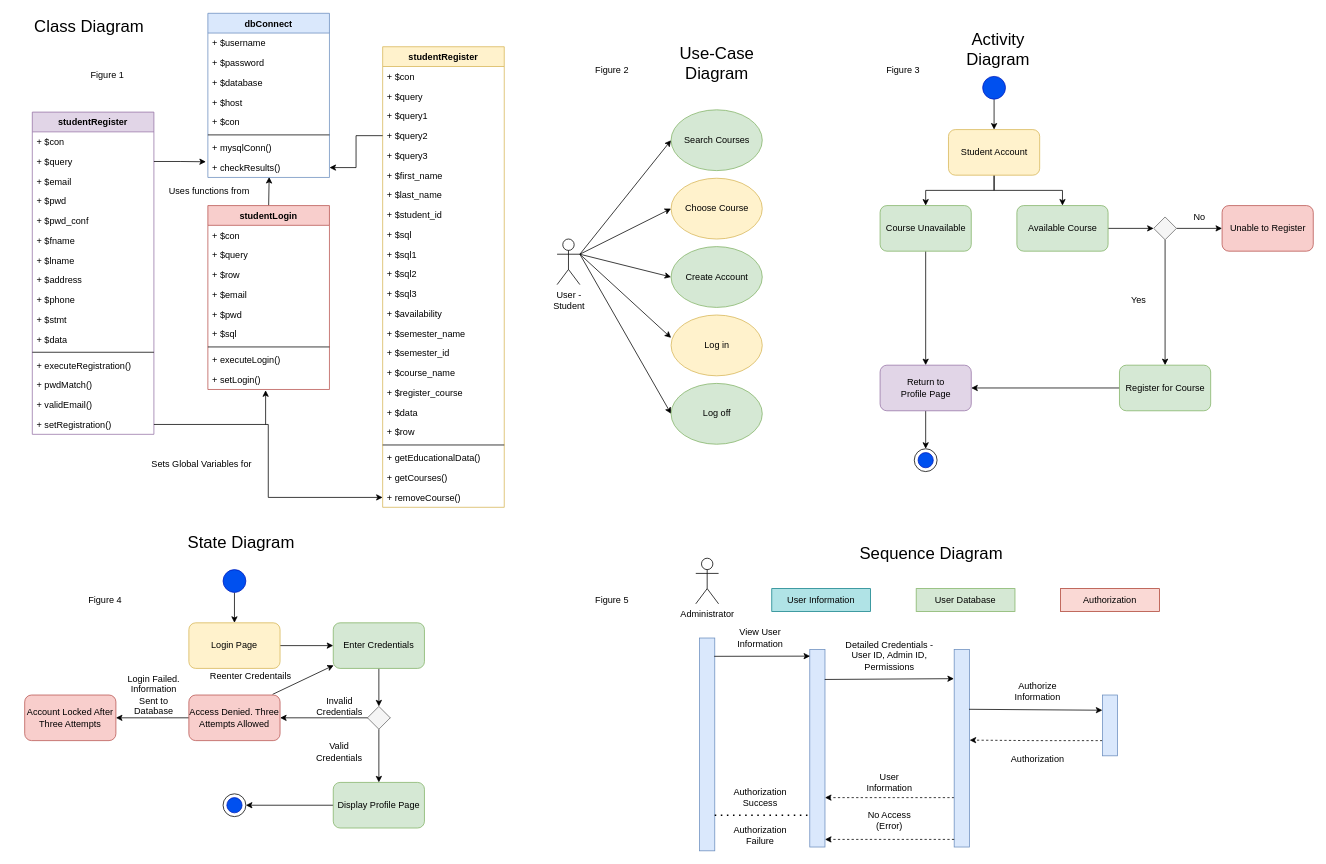
jaimusx/projects keeps this draw.io diagram as UAGC_Course_Work/CST499/Final/UML_Diagrams_Update_CST499.drawio. Above is the earlier version. Source tidied: cells renumbered, new cells numbered last; positions are measured from the earlier drawing's top-left corner, leaving out a move shared by most shapes. Both pictures are drawn from the tidied source at 76%, with x=0, y=0 at pixel (13, 13).
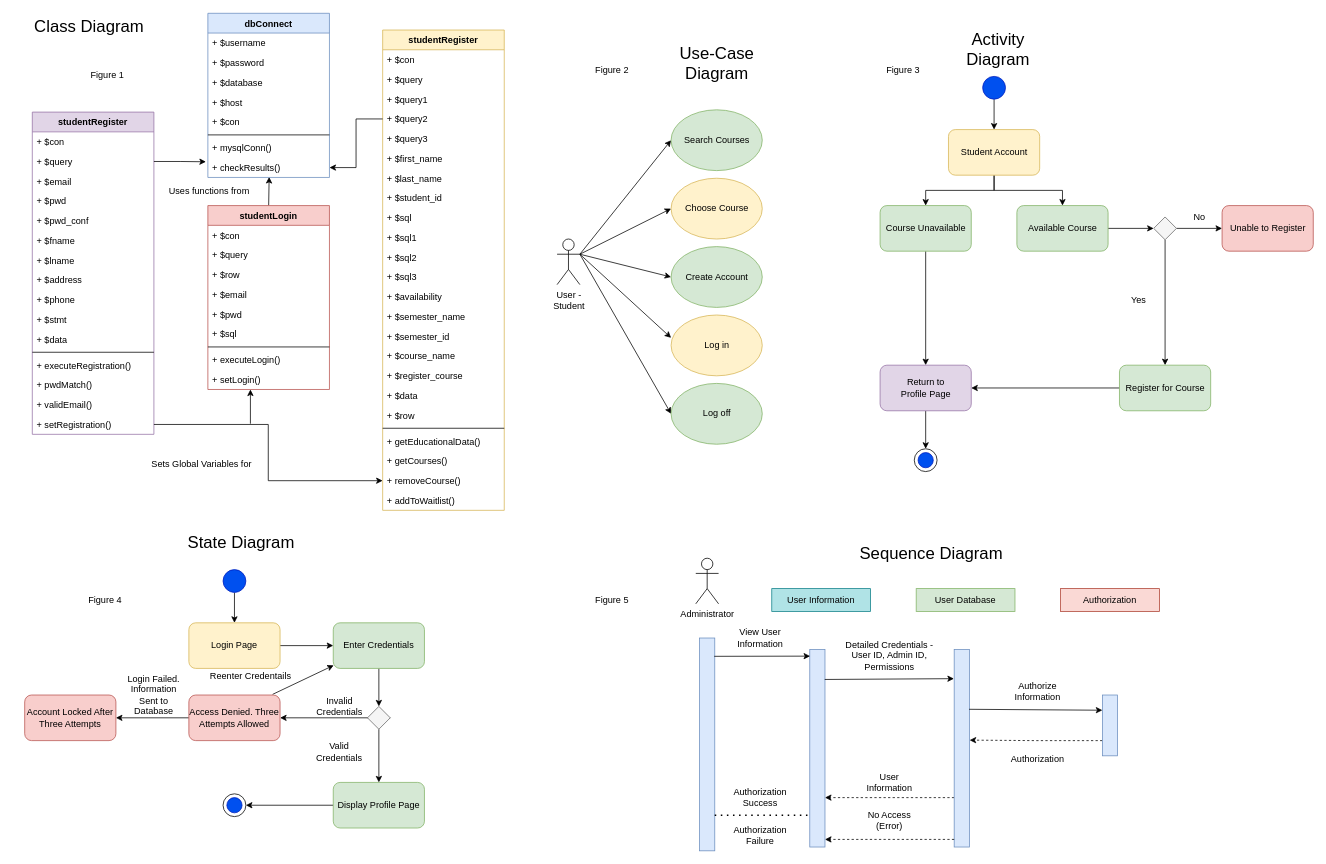
After the change.

Diff of the diagram source:
```diff
@@
     <mxCell id="125" value="studentRegister" style="swimlane;fontStyle=1;align=center;verticalAlign=top;horizontal=1;startSize=26;fillColor=#fff2cc;strokeColor=#d6b656;" parent="1" vertex="1">
-      <mxGeometry x="486" y="44" width="160" height="606" as="geometry" />
+      <mxGeometry x="486" y="22" width="160" height="632" as="geometry" />
     </mxCell>
@@
+    <mxCell id="155" value="+ addToWaitlist()" style="text;strokeColor=none;fillColor=none;align=left;verticalAlign=top;spacingLeft=4;spacingRight=4;overflow=hidden;" parent="125" vertex="1">
+      <mxGeometry y="606" width="160" height="26" as="geometry" />
+    </mxCell>
@@
     <mxCell id="153" style="endArrow=classic;html=1;rounded=0;" parent="1" edge="1">
       <mxGeometry relative="1" as="geometry">
-        <mxPoint x="332" y="541" as="sourcePoint" />
-        <mxPoint x="332" y="496" as="targetPoint" />
+        <mxPoint x="312" y="540" as="sourcePoint" />
+        <mxPoint x="312" y="495" as="targetPoint" />
       </mxGeometry>
     </mxCell>
```
